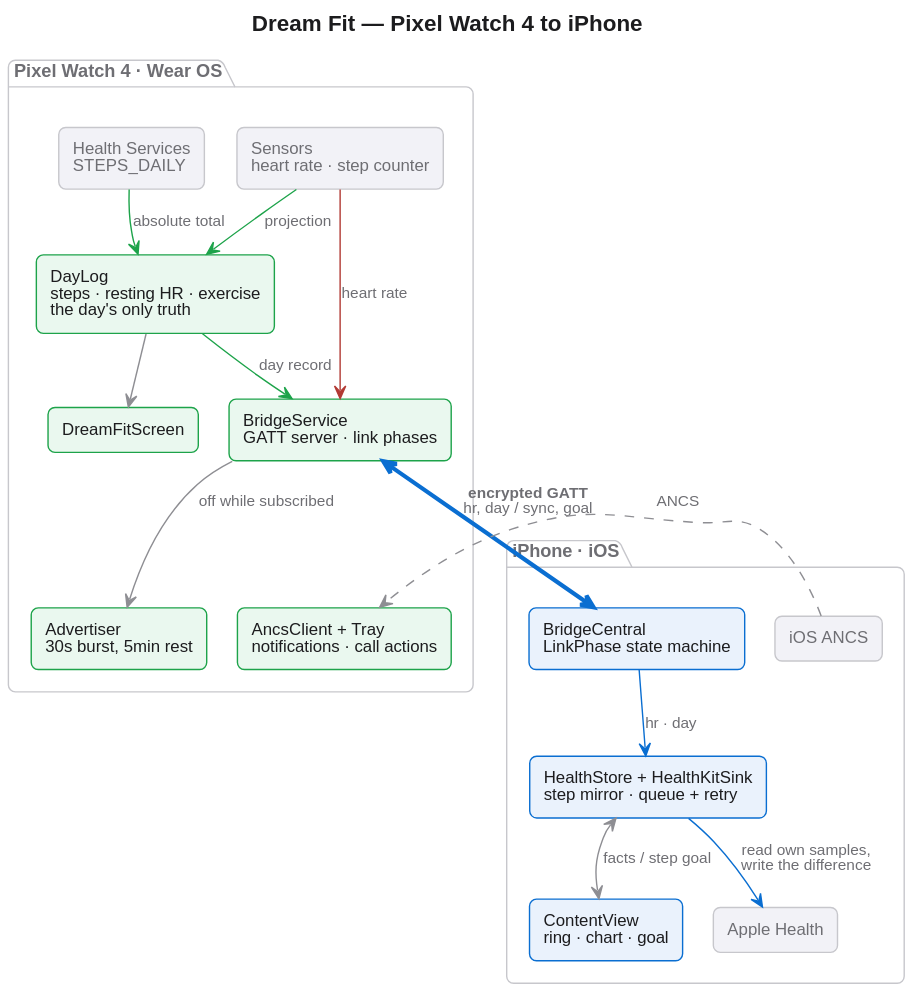
drmhse/dream-fit keeps this PlantUML diagram as docs/architecture.svg. Above is the earlier version.
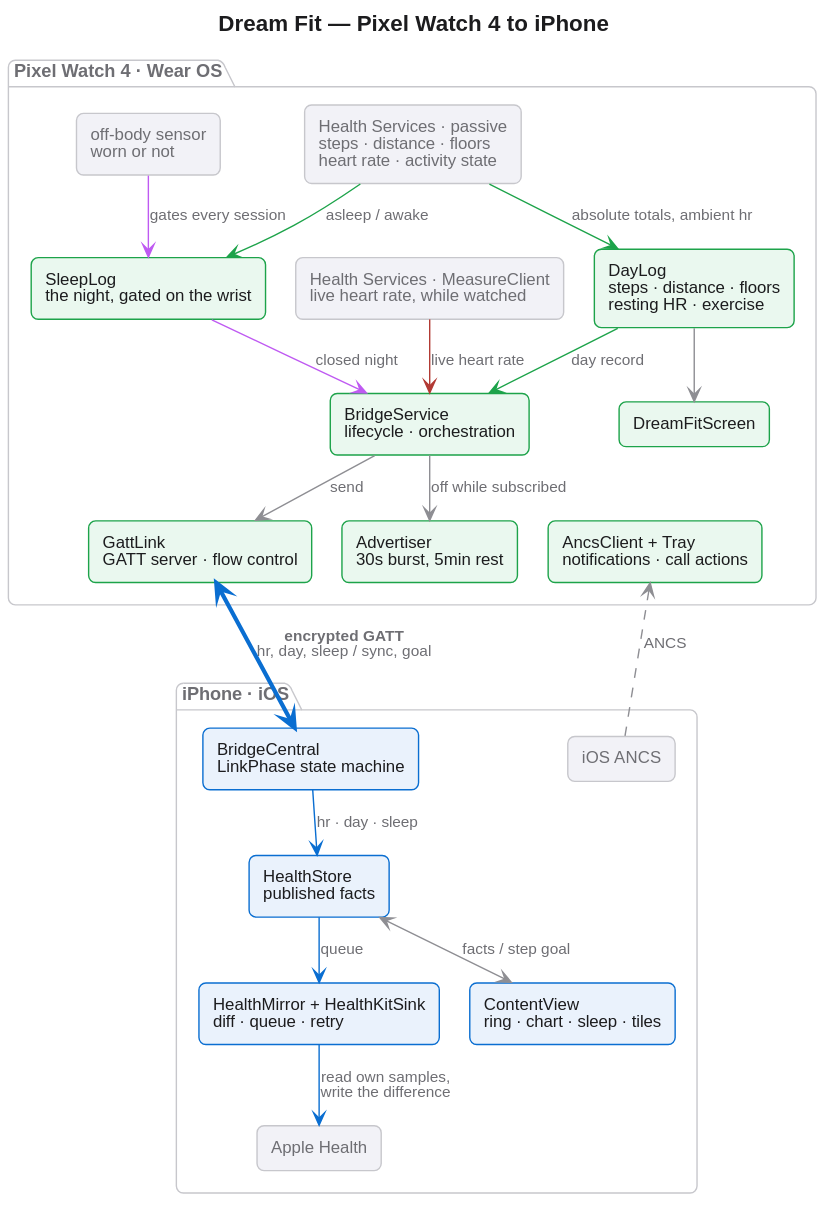
Above is the later version.

Diff of the diagram source:
```diff
@@ -7,35 +7,43 @@
 skinparam ranksep 34
 
 package "Pixel Watch 4 · Wear OS" as W {
-  component "Health Services\nSTEPS_DAILY" as HS <<ext>>
-  component "Sensors\nheart rate · step counter" as SENS <<ext>>
-  component "DayLog\nsteps · resting HR · exercise\nthe day's only truth" as DAYLOG <<watch>>
-  component "BridgeService\nGATT server · link phases" as SVC <<watch>>
+  component "Health Services · passive\nsteps · distance · floors\nheart rate · activity state" as HS <<ext>>
+  component "Health Services · MeasureClient\nlive heart rate, while watched" as SENS <<ext>>
+  component "off-body sensor\nworn or not" as OFFBODY <<ext>>
+  component "DayLog\nsteps · distance · floors\nresting HR · exercise" as DAYLOG <<watch>>
+  component "SleepLog\nthe night, gated on the wrist" as SLEEPLOG <<watch>>
+  component "BridgeService\nlifecycle · orchestration" as SVC <<watch>>
+  component "GattLink\nGATT server · flow control" as LINK <<watch>>
   component "Advertiser\n30s burst, 5min rest" as ADV <<watch>>
   component "AncsClient + Tray\nnotifications · call actions" as TRAY <<watch>>
   component "DreamFitScreen" as WUI <<watch>>
 
-  HS -[#1DA34A]-> DAYLOG : absolute total
-  SENS -[#1DA34A]-> DAYLOG : projection
-  SENS -[#B23A34]-> SVC : heart rate
+  HS -[#1DA34A]-> DAYLOG : absolute totals, ambient hr
+  HS -[#1DA34A]-> SLEEPLOG : asleep / awake
+  OFFBODY -[#BF5AF2]-> SLEEPLOG : gates every session
+  SENS -[#B23A34]-> SVC : live heart rate
   DAYLOG -[#1DA34A]-> SVC : day record
+  SLEEPLOG -[#BF5AF2]-> SVC : closed night
   DAYLOG -[#8E8E93]-> WUI
+  SVC -[#8E8E93]-> LINK : send
   SVC -[#8E8E93]-> ADV : off while subscribed
   SVC -[hidden]-> TRAY
 }
 
 package "iPhone · iOS" as P {
   component "BridgeCentral\nLinkPhase state machine" as BC <<phone>>
-  component "HealthStore + HealthKitSink\nstep mirror · queue + retry" as STORE <<phone>>
-  component "ContentView\nring · chart · goal" as UI <<phone>>
+  component "HealthMirror + HealthKitSink\ndiff · queue · retry" as STORE <<phone>>
+  component "HealthStore\npublished facts" as MODEL <<phone>>
+  component "ContentView\nring · chart · sleep · tiles" as UI <<phone>>
   component "Apple Health" as HK <<ext>>
   component "iOS ANCS" as IOSANCS <<ext>>
 
-  BC -[#0A6ED1]-> STORE : hr · day
+  BC -[#0A6ED1]-> MODEL : hr · day · sleep
+  MODEL -[#0A6ED1]-> STORE : queue
   STORE -[#0A6ED1]-> HK : read own samples,\nwrite the difference
-  STORE <-[#8E8E93]-> UI : facts / step goal
+  MODEL <-[#8E8E93]-> UI : facts / step goal
 }
 
-SVC <-[#0A6ED1,thickness=3]-> BC : **encrypted GATT**\nhr, day / sync, goal
+LINK <-[#0A6ED1,thickness=3]-> BC : **encrypted GATT**\nhr, day, sleep / sync, goal
 IOSANCS -[#8E8E93,dashed]-> TRAY : ANCS
 @enduml
```
